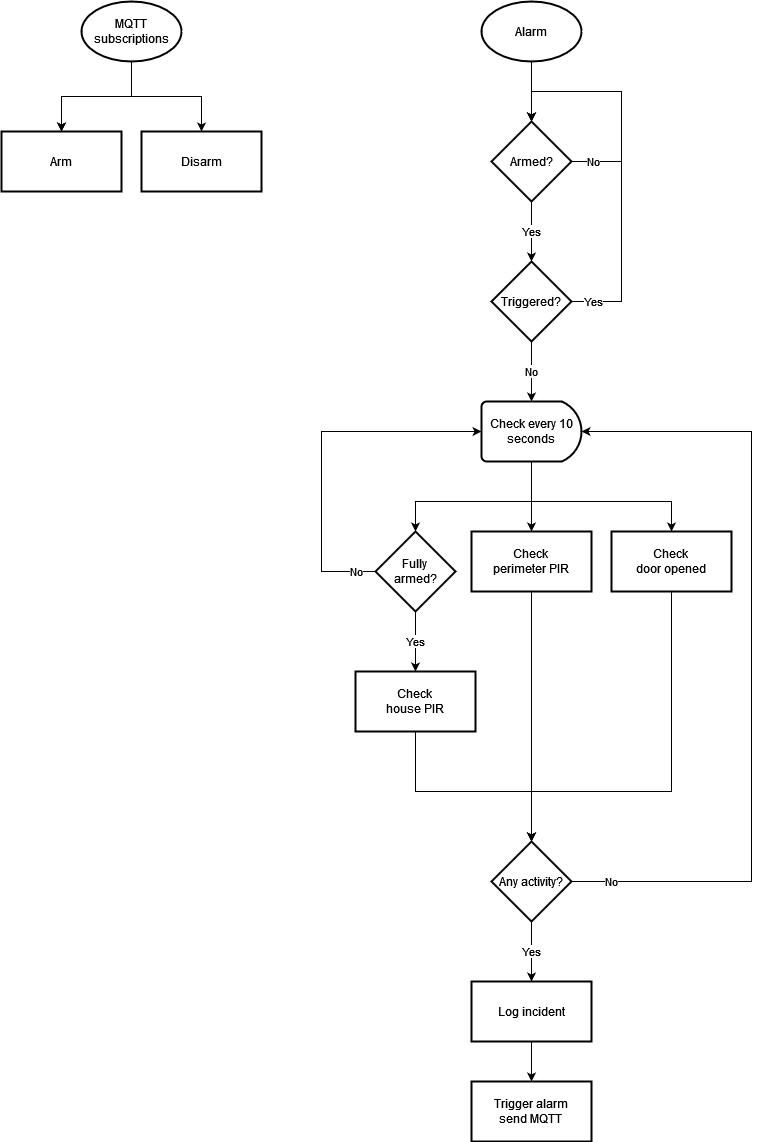
Above: FlowChart_Alarm.drawio.png in Thoroughbreed/H5_Embedded_Project (draw.io), before the change. Source tidied: cells renumbered, new cells last; positions are measured from the earlier drawing's top-left corner, leaving out a move shared by most shapes. Source of this version:
```xml
<mxGraphModel>
  <root>
    <mxCell id="0" />
    <mxCell id="1" parent="0" />
    <mxCell id="2" style="edgeStyle=orthogonalEdgeStyle;rounded=0;jettySize=auto;html=1;" parent="1" edge="1" source="3" target="7">
      <mxGeometry relative="1" as="geometry" />
    </mxCell>
    <mxCell id="3" value="Alarm" style="strokeWidth=2;html=1;shape=mxgraph.flowchart.start_1;whiteSpace=wrap;" parent="1" vertex="1">
      <mxGeometry x="480" width="100" height="60" as="geometry" />
    </mxCell>
    <mxCell id="4" style="edgeStyle=orthogonalEdgeStyle;rounded=0;orthogonalLoop=1;jettySize=auto;html=1;strokeColor=default;startArrow=none;" parent="1" edge="1">
      <mxGeometry relative="1" as="geometry">
        <mxPoint x="590" y="250" as="sourcePoint" />
        <mxPoint x="590" y="250" as="targetPoint" />
      </mxGeometry>
    </mxCell>
    <mxCell id="5" value="No" style="edgeStyle=orthogonalEdgeStyle;rounded=0;orthogonalLoop=1;jettySize=auto;html=1;entryX=0.5;entryY=1;entryDx=0;entryDy=0;exitX=0;exitY=0.5;exitDx=0;exitDy=0;" parent="1" edge="1" source="7" target="7">
      <mxGeometry x="-0.82" relative="1" as="geometry">
        <Array as="points">
          <mxPoint x="620" y="160" />
          <mxPoint x="620" y="90" />
          <mxPoint x="530" y="90" />
        </Array>
      </mxGeometry>
    </mxCell>
    <mxCell id="6" value="Yes" style="edgeStyle=orthogonalEdgeStyle;rounded=0;jettySize=auto;html=1;" parent="1" edge="1" source="7" target="33">
      <mxGeometry relative="1" as="geometry" />
    </mxCell>
    <mxCell id="7" value="Armed?" style="rhombus;whiteSpace=wrap;html=1;strokeWidth=2;direction=west;" parent="1" vertex="1">
      <mxGeometry x="490" y="120" width="80" height="80" as="geometry" />
    </mxCell>
    <mxCell id="8" value="Yes" style="edgeStyle=orthogonalEdgeStyle;rounded=0;jettySize=auto;html=1;strokeColor=default;startArrow=none;" parent="1" edge="1" source="28" target="14">
      <mxGeometry relative="1" as="geometry" />
    </mxCell>
    <mxCell id="9" style="edgeStyle=orthogonalEdgeStyle;rounded=0;jettySize=auto;html=1;" parent="1" edge="1" source="12" target="28">
      <mxGeometry relative="1" as="geometry">
        <Array as="points">
          <mxPoint x="530" y="500" />
          <mxPoint x="414" y="500" />
        </Array>
      </mxGeometry>
    </mxCell>
    <mxCell id="10" style="edgeStyle=orthogonalEdgeStyle;rounded=0;jettySize=auto;html=1;" parent="1" edge="1" source="12" target="30">
      <mxGeometry relative="1" as="geometry" />
    </mxCell>
    <mxCell id="11" style="edgeStyle=orthogonalEdgeStyle;rounded=0;jettySize=auto;html=1;" parent="1" edge="1" source="12" target="16">
      <mxGeometry relative="1" as="geometry">
        <Array as="points">
          <mxPoint x="530" y="500" />
          <mxPoint x="670" y="500" />
        </Array>
      </mxGeometry>
    </mxCell>
    <mxCell id="12" value="Check every 10 seconds" style="strokeWidth=2;html=1;shape=mxgraph.flowchart.delay;whiteSpace=wrap;" parent="1" vertex="1">
      <mxGeometry x="480" y="400" width="100" height="60" as="geometry" />
    </mxCell>
    <mxCell id="13" style="edgeStyle=orthogonalEdgeStyle;rounded=0;jettySize=auto;html=1;" parent="1" edge="1" source="14" target="19">
      <mxGeometry relative="1" as="geometry">
        <Array as="points">
          <mxPoint x="414" y="790" />
          <mxPoint x="530" y="790" />
        </Array>
      </mxGeometry>
    </mxCell>
    <mxCell id="14" value="Check&lt;br&gt;house PIR" style="whiteSpace=wrap;html=1;strokeWidth=2;" parent="1" vertex="1">
      <mxGeometry x="354" y="670" width="120" height="60" as="geometry" />
    </mxCell>
    <mxCell id="15" style="edgeStyle=orthogonalEdgeStyle;rounded=0;jettySize=auto;html=1;entryX=0.5;entryY=0;entryDx=0;entryDy=0;" parent="1" edge="1" source="16" target="19">
      <mxGeometry relative="1" as="geometry">
        <Array as="points">
          <mxPoint x="670" y="790" />
          <mxPoint x="530" y="790" />
        </Array>
      </mxGeometry>
    </mxCell>
    <mxCell id="16" value="Check&lt;br&gt;door opened" style="whiteSpace=wrap;html=1;strokeWidth=2;" parent="1" vertex="1">
      <mxGeometry x="610" y="530" width="120" height="60" as="geometry" />
    </mxCell>
    <mxCell id="17" value="No" style="edgeStyle=orthogonalEdgeStyle;rounded=0;jettySize=auto;html=1;entryX=1;entryY=0.5;entryDx=0;entryDy=0;entryPerimeter=0;" parent="1" edge="1" source="19" target="12">
      <mxGeometry x="-0.9" relative="1" as="geometry">
        <Array as="points">
          <mxPoint x="750" y="880" />
          <mxPoint x="750" y="430" />
        </Array>
      </mxGeometry>
    </mxCell>
    <mxCell id="18" value="Yes" style="edgeStyle=orthogonalEdgeStyle;rounded=0;jettySize=auto;html=1;" parent="1" edge="1" source="19" target="35">
      <mxGeometry relative="1" as="geometry" />
    </mxCell>
    <mxCell id="19" value="Any activity?" style="rhombus;whiteSpace=wrap;html=1;strokeWidth=2;" parent="1" vertex="1">
      <mxGeometry x="490" y="840" width="80" height="80" as="geometry" />
    </mxCell>
    <mxCell id="20" value="Trigger alarm&lt;br&gt;send MQTT" style="whiteSpace=wrap;html=1;strokeWidth=2;" parent="1" vertex="1">
      <mxGeometry x="470" y="1080" width="120" height="60" as="geometry" />
    </mxCell>
    <mxCell id="21" value="No" style="edgeStyle=orthogonalEdgeStyle;rounded=0;jettySize=auto;html=1;strokeColor=default;exitX=0;exitY=0.5;exitDx=0;exitDy=0;entryX=0;entryY=0.5;entryDx=0;entryDy=0;entryPerimeter=0;" parent="1" edge="1" source="28" target="12">
      <mxGeometry x="-0.89" relative="1" as="geometry">
        <Array as="points">
          <mxPoint x="320" y="570" />
          <mxPoint x="320" y="430" />
        </Array>
      </mxGeometry>
    </mxCell>
    <mxCell id="22" style="edgeStyle=orthogonalEdgeStyle;rounded=0;jettySize=auto;html=1;strokeColor=default;" parent="1" edge="1" source="25" target="26">
      <mxGeometry relative="1" as="geometry" />
    </mxCell>
    <mxCell id="23" style="edgeStyle=orthogonalEdgeStyle;rounded=0;jettySize=auto;html=1;strokeColor=default;" parent="1" edge="1" source="25" target="26">
      <mxGeometry relative="1" as="geometry" />
    </mxCell>
    <mxCell id="24" style="edgeStyle=orthogonalEdgeStyle;rounded=0;jettySize=auto;html=1;strokeColor=default;" parent="1" edge="1" source="25" target="27">
      <mxGeometry relative="1" as="geometry" />
    </mxCell>
    <mxCell id="25" value="MQTT&lt;br&gt;subscriptions" style="strokeWidth=2;html=1;shape=mxgraph.flowchart.start_1;whiteSpace=wrap;" parent="1" vertex="1">
      <mxGeometry x="80" width="100" height="60" as="geometry" />
    </mxCell>
    <mxCell id="26" value="Arm" style="whiteSpace=wrap;html=1;strokeWidth=2;" parent="1" vertex="1">
      <mxGeometry y="130" width="120" height="60" as="geometry" />
    </mxCell>
    <mxCell id="27" value="Disarm" style="whiteSpace=wrap;html=1;strokeWidth=2;" parent="1" vertex="1">
      <mxGeometry x="140" y="130" width="120" height="60" as="geometry" />
    </mxCell>
    <mxCell id="28" value="Fully&lt;br&gt;armed?" style="rhombus;whiteSpace=wrap;html=1;strokeWidth=2;" parent="1" vertex="1">
      <mxGeometry x="374" y="530" width="80" height="80" as="geometry" />
    </mxCell>
    <mxCell id="29" style="edgeStyle=orthogonalEdgeStyle;rounded=0;jettySize=auto;html=1;" parent="1" edge="1" source="30" target="19">
      <mxGeometry relative="1" as="geometry" />
    </mxCell>
    <mxCell id="30" value="Check&lt;br&gt;perimeter PIR" style="whiteSpace=wrap;html=1;strokeWidth=2;" parent="1" vertex="1">
      <mxGeometry x="470" y="530" width="120" height="60" as="geometry" />
    </mxCell>
    <mxCell id="31" value="Yes" style="edgeStyle=orthogonalEdgeStyle;rounded=0;jettySize=auto;html=1;entryX=0.5;entryY=1;entryDx=0;entryDy=0;" parent="1" edge="1" source="33" target="7">
      <mxGeometry x="-0.88" relative="1" as="geometry">
        <Array as="points">
          <mxPoint x="620" y="300" />
          <mxPoint x="620" y="90" />
          <mxPoint x="530" y="90" />
        </Array>
      </mxGeometry>
    </mxCell>
    <mxCell id="32" value="No" style="edgeStyle=orthogonalEdgeStyle;rounded=0;jettySize=auto;html=1;" parent="1" edge="1" source="33" target="12">
      <mxGeometry relative="1" as="geometry" />
    </mxCell>
    <mxCell id="33" value="Triggered?" style="rhombus;whiteSpace=wrap;html=1;strokeWidth=2;direction=west;" parent="1" vertex="1">
      <mxGeometry x="490" y="260" width="80" height="80" as="geometry" />
    </mxCell>
    <mxCell id="34" style="edgeStyle=orthogonalEdgeStyle;rounded=0;jettySize=auto;html=1;" parent="1" edge="1" source="35" target="20">
      <mxGeometry relative="1" as="geometry" />
    </mxCell>
    <mxCell id="35" value="Log incident" style="whiteSpace=wrap;html=1;strokeWidth=2;" parent="1" vertex="1">
      <mxGeometry x="470" y="980" width="120" height="60" as="geometry" />
    </mxCell>
  </root>
</mxGraphModel>
```
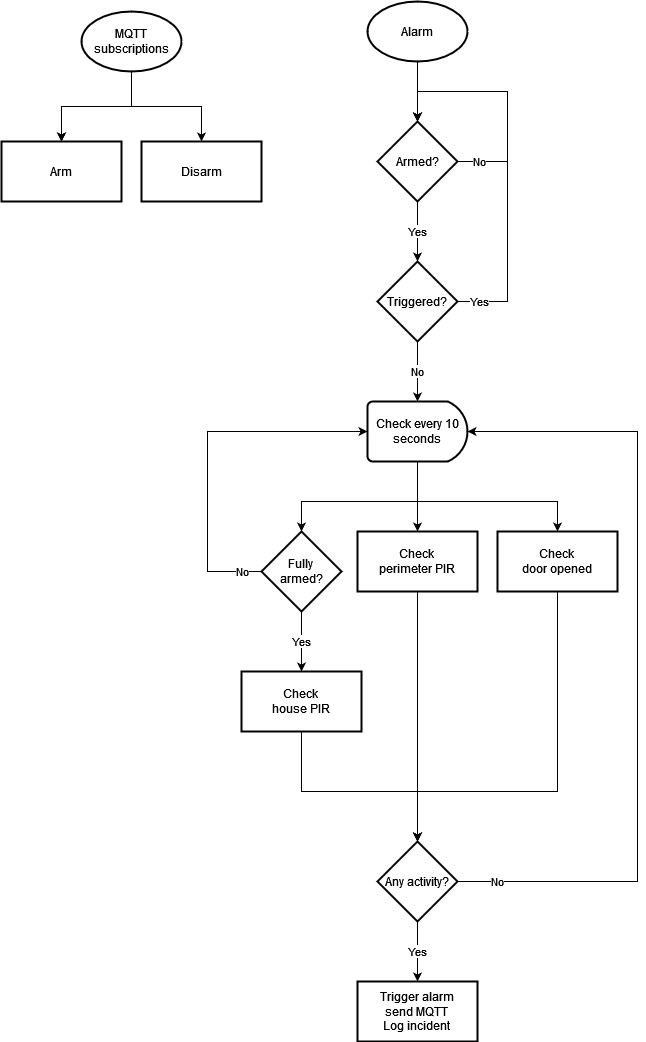
Later version of the same file.

Commit message:
Updated flowchart for alarm

What changed in the source:
```diff
@@ -84,14 +84,14 @@
         </Array>
       </mxGeometry>
     </mxCell>
-    <mxCell id="18" value="Yes" style="edgeStyle=orthogonalEdgeStyle;rounded=0;jettySize=auto;html=1;" parent="1" edge="1" source="19" target="35">
+    <mxCell id="18" value="Yes" style="edgeStyle=orthogonalEdgeStyle;rounded=0;jettySize=auto;html=1;" parent="1" edge="1" source="19" target="20">
       <mxGeometry relative="1" as="geometry" />
     </mxCell>
     <mxCell id="19" value="Any activity?" style="rhombus;whiteSpace=wrap;html=1;strokeWidth=2;" parent="1" vertex="1">
       <mxGeometry x="490" y="840" width="80" height="80" as="geometry" />
     </mxCell>
-    <mxCell id="20" value="Trigger alarm&lt;br&gt;send MQTT" style="whiteSpace=wrap;html=1;strokeWidth=2;" parent="1" vertex="1">
-      <mxGeometry x="470" y="1080" width="120" height="60" as="geometry" />
+    <mxCell id="20" value="Trigger alarm&lt;br&gt;&lt;div&gt;send MQTT&lt;/div&gt;&lt;div&gt;Log incident&lt;br&gt;&lt;/div&gt;" style="whiteSpace=wrap;html=1;strokeWidth=2;" parent="1" vertex="1">
+      <mxGeometry x="470" y="980" width="120" height="60" as="geometry" />
     </mxCell>
     <mxCell id="21" value="No" style="edgeStyle=orthogonalEdgeStyle;rounded=0;jettySize=auto;html=1;strokeColor=default;exitX=0;exitY=0.5;exitDx=0;exitDy=0;entryX=0;entryY=0.5;entryDx=0;entryDy=0;entryPerimeter=0;" parent="1" edge="1" source="28" target="12">
       <mxGeometry x="-0.89" relative="1" as="geometry">
@@ -111,13 +111,13 @@
       <mxGeometry relative="1" as="geometry" />
     </mxCell>
     <mxCell id="25" value="MQTT&lt;br&gt;subscriptions" style="strokeWidth=2;html=1;shape=mxgraph.flowchart.start_1;whiteSpace=wrap;" parent="1" vertex="1">
-      <mxGeometry x="80" width="100" height="60" as="geometry" />
+      <mxGeometry x="194" y="10" width="100" height="60" as="geometry" />
     </mxCell>
     <mxCell id="26" value="Arm" style="whiteSpace=wrap;html=1;strokeWidth=2;" parent="1" vertex="1">
-      <mxGeometry y="130" width="120" height="60" as="geometry" />
+      <mxGeometry x="114" y="140" width="120" height="60" as="geometry" />
     </mxCell>
     <mxCell id="27" value="Disarm" style="whiteSpace=wrap;html=1;strokeWidth=2;" parent="1" vertex="1">
-      <mxGeometry x="140" y="130" width="120" height="60" as="geometry" />
+      <mxGeometry x="254" y="140" width="120" height="60" as="geometry" />
     </mxCell>
     <mxCell id="28" value="Fully&lt;br&gt;armed?" style="rhombus;whiteSpace=wrap;html=1;strokeWidth=2;" parent="1" vertex="1">
       <mxGeometry x="374" y="530" width="80" height="80" as="geometry" />
@@ -143,11 +143,5 @@
     <mxCell id="33" value="Triggered?" style="rhombus;whiteSpace=wrap;html=1;strokeWidth=2;direction=west;" parent="1" vertex="1">
       <mxGeometry x="490" y="260" width="80" height="80" as="geometry" />
     </mxCell>
-    <mxCell id="34" style="edgeStyle=orthogonalEdgeStyle;rounded=0;jettySize=auto;html=1;" parent="1" edge="1" source="35" target="20">
-      <mxGeometry relative="1" as="geometry" />
-    </mxCell>
-    <mxCell id="35" value="Log incident" style="whiteSpace=wrap;html=1;strokeWidth=2;" parent="1" vertex="1">
-      <mxGeometry x="470" y="980" width="120" height="60" as="geometry" />
-    </mxCell>
   </root>
 </mxGraphModel>
```
